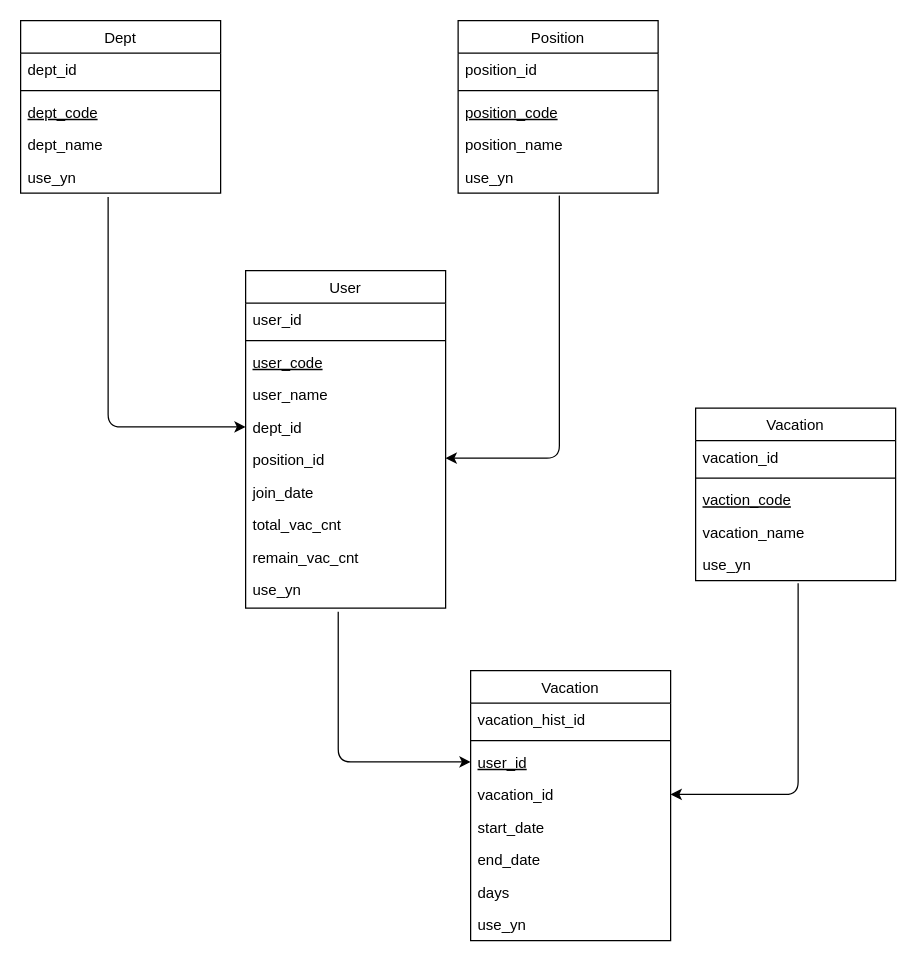
This is database/테이블_관계도_V0.0.drawio from pablochen/front_vuejs, a draw.io file, before an edit. Source tidied: cells renumbered, new cells numbered last; positions are measured from the earlier drawing's top-left corner, leaving out a move shared by most shapes. Both pictures are drawn from the tidied source at 125%, with x=0, y=0 at pixel (20, 20).
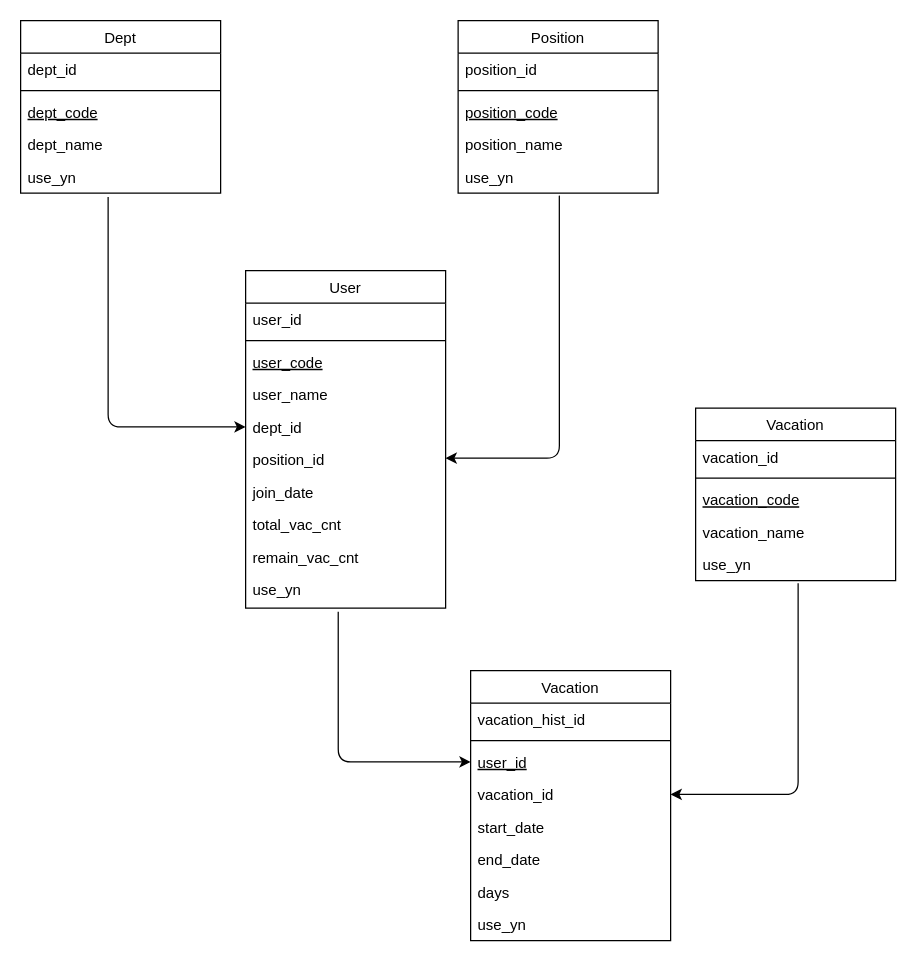
The same diagram, later.

The change refers to these unchanged cells:
```xml
<mxCell id="36" value="Vacation&#10;" style="swimlane;fontStyle=0;align=center;verticalAlign=top;horizontal=1;startSize=26;rounded=0;shadow=0;strokeWidth=1;" parent="1" vertex="1">
  <mxGeometry x="540" y="310" width="160" height="138" as="geometry" />
</mxCell>
```

Change to the diagram source:
```diff
@@
-    <mxCell id="39" value="vaction_code" style="text;align=left;verticalAlign=top;spacingLeft=4;spacingRight=4;overflow=hidden;fontStyle=4;" parent="36" vertex="1">
+    <mxCell id="39" value="vacation_code" style="text;align=left;verticalAlign=top;spacingLeft=4;spacingRight=4;overflow=hidden;fontStyle=4;" parent="36" vertex="1">
       <mxGeometry y="60" width="160" height="26" as="geometry" />
     </mxCell>
```
